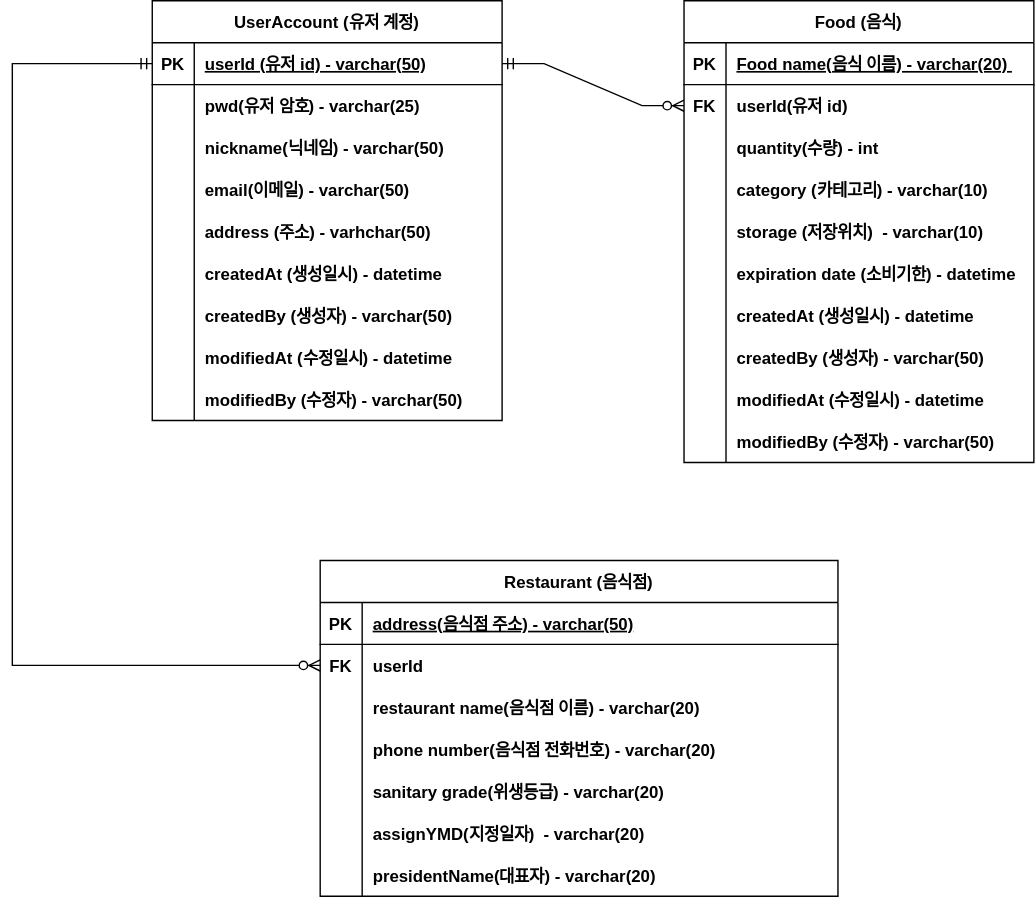
whwlsgkr7/Clean-Plate keeps this draw.io diagram as cleanplate/document/clean-plate-erd.svg. Above is the earlier version. Source tidied: cells renumbered, new cells last; positions are measured from the earlier drawing's top-left corner, leaving out a move shared by most shapes.
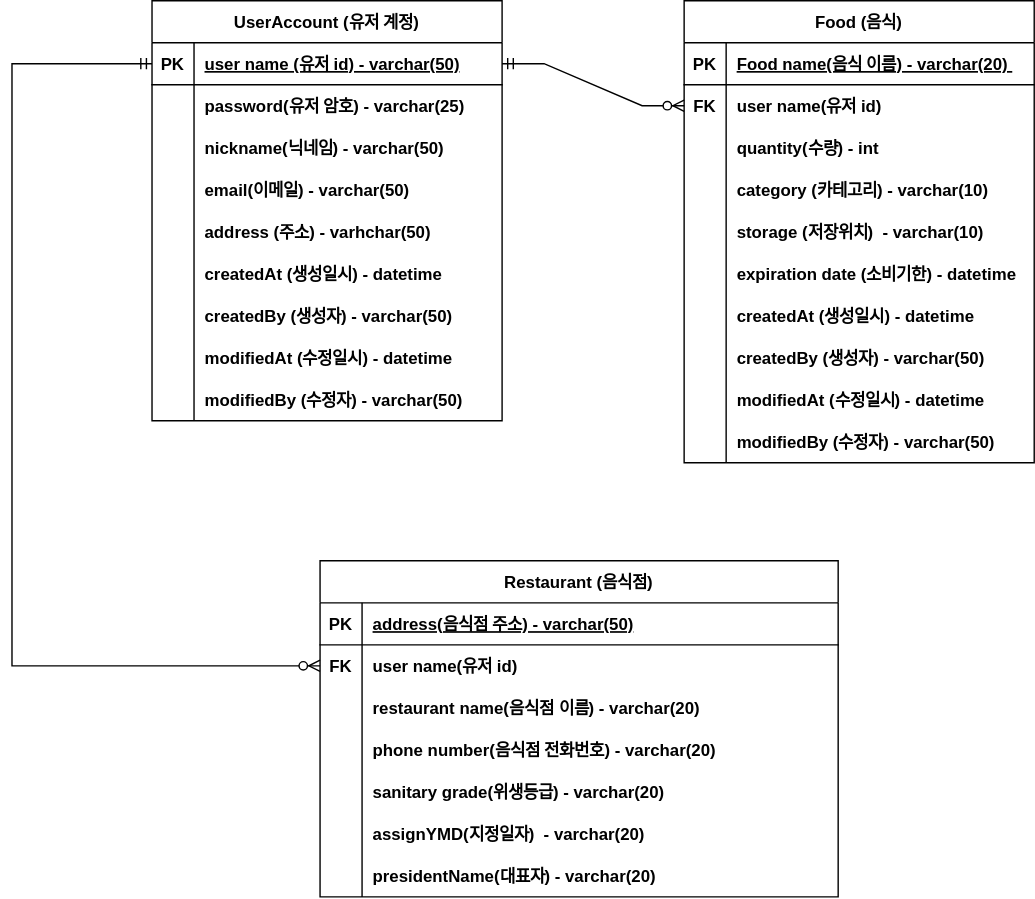
Above is the later version.

Commit message:
필드 이름 업데이트

Change to the diagram source:
```diff
@@ -20,7 +20,7 @@
     <mxCell id="7" value="FK" style="shape=partialRectangle;overflow=hidden;fillColor=none;top=0;left=0;bottom=0;right=0;fontStyle=1;" parent="6" vertex="1">
       <mxGeometry width="30" height="30" as="geometry" />
     </mxCell>
-    <mxCell id="8" value="userId(유저 id)" style="shape=partialRectangle;overflow=hidden;fillColor=none;top=0;left=0;bottom=0;right=0;align=left;spacingLeft=6;fontStyle=1;" parent="6" vertex="1">
+    <mxCell id="8" value="user name(유저 id)" style="shape=partialRectangle;overflow=hidden;fillColor=none;top=0;left=0;bottom=0;right=0;align=left;spacingLeft=6;fontStyle=1;" parent="6" vertex="1">
       <mxGeometry x="30" width="220" height="30" as="geometry" />
     </mxCell>
     <mxCell id="9" style="shape=partialRectangle;fillColor=none;top=0;left=0;right=0;bottom=0;" parent="2" vertex="1">
@@ -113,7 +113,7 @@
     <mxCell id="38" value="FK" style="shape=partialRectangle;overflow=hidden;fillColor=none;top=0;left=0;bottom=0;right=0;fontStyle=1;" parent="37" vertex="1">
       <mxGeometry width="30" height="30" as="geometry" />
     </mxCell>
-    <mxCell id="39" value="userId" style="shape=partialRectangle;overflow=hidden;fillColor=none;top=0;left=0;bottom=0;right=0;align=left;spacingLeft=6;fontStyle=1;" parent="37" vertex="1">
+    <mxCell id="39" value="user name(유저 id)" style="shape=partialRectangle;overflow=hidden;fillColor=none;top=0;left=0;bottom=0;right=0;align=left;spacingLeft=6;fontStyle=1;" parent="37" vertex="1">
       <mxGeometry x="30" width="340" height="30" as="geometry" />
     </mxCell>
     <mxCell id="40" style="shape=partialRectangle;fillColor=none;top=0;left=0;right=0;bottom=0;" parent="33" vertex="1">
@@ -170,7 +170,7 @@
     <mxCell id="57" value="PK" style="shape=partialRectangle;overflow=hidden;fillColor=none;top=0;left=0;bottom=0;right=0;fontStyle=1;" parent="56" vertex="1">
       <mxGeometry width="30" height="30" as="geometry" />
     </mxCell>
-    <mxCell id="58" value="userId (유저 id) - varchar(50)" style="shape=partialRectangle;overflow=hidden;fillColor=none;top=0;left=0;bottom=0;right=0;align=left;spacingLeft=6;fontStyle=5;" parent="56" vertex="1">
+    <mxCell id="58" value="user name (유저 id) - varchar(50)" style="shape=partialRectangle;overflow=hidden;fillColor=none;top=0;left=0;bottom=0;right=0;align=left;spacingLeft=6;fontStyle=5;" parent="56" vertex="1">
       <mxGeometry x="30" width="220" height="30" as="geometry" />
     </mxCell>
     <mxCell id="59" style="shape=partialRectangle;fillColor=none;top=0;left=0;right=0;bottom=0;" parent="55" vertex="1">
@@ -179,7 +179,7 @@
     <mxCell id="60" style="shape=partialRectangle;overflow=hidden;fillColor=none;top=0;left=0;bottom=0;right=0;" parent="59" vertex="1">
       <mxGeometry width="30" height="30" as="geometry" />
     </mxCell>
-    <mxCell id="61" value="pwd(유저 암호) - varchar(25)" style="shape=partialRectangle;overflow=hidden;fillColor=none;top=0;left=0;bottom=0;right=0;align=left;spacingLeft=6;fontStyle=1;" parent="59" vertex="1">
+    <mxCell id="61" value="password(유저 암호) - varchar(25)" style="shape=partialRectangle;overflow=hidden;fillColor=none;top=0;left=0;bottom=0;right=0;align=left;spacingLeft=6;fontStyle=1;" parent="59" vertex="1">
       <mxGeometry x="30" width="220" height="30" as="geometry" />
     </mxCell>
     <mxCell id="62" style="shape=partialRectangle;fillColor=none;top=0;left=0;right=0;bottom=0;" parent="55" vertex="1">
```
